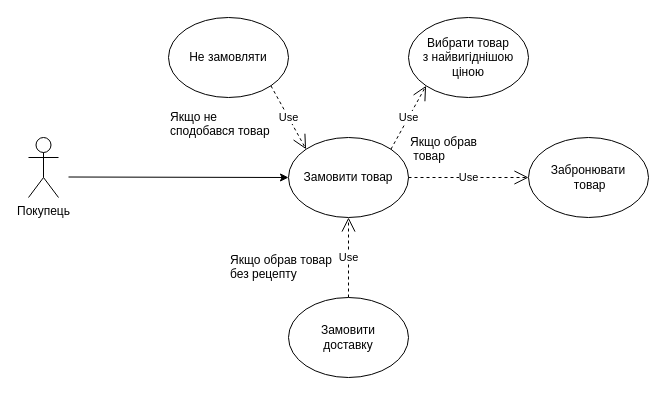
Earlier version of the draw.io diagram OOP GItHub/UML/Лаба 1.drawio (AleksAndriushyn/GitHubOOP). Source tidied: cells renumbered, new cells numbered last; positions are measured from the earlier drawing's top-left corner, leaving out a move shared by most shapes. Both pictures are drawn from the tidied source at 100%, with x=0, y=0 at pixel (28, 17).
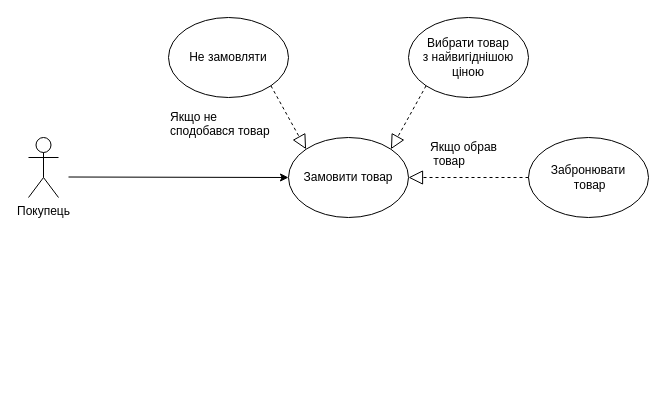
The same diagram, later.

The edit, as a diff of the source:
```diff
@@
 <mxGraphModel>
   <root>
     <mxCell id="0" />
     <mxCell id="1" parent="0" />
     <mxCell id="2" value="Покупець&lt;br&gt;" style="shape=umlActor;verticalLabelPosition=bottom;labelBackgroundColor=#ffffff;verticalAlign=top;html=1;" parent="1" vertex="1">
       <mxGeometry y="120" width="30" height="60" as="geometry" />
     </mxCell>
     <mxCell id="3" style="endArrow=classic;html=1;entryX=0;entryY=0.5;entryDx=0;entryDy=0;" parent="1" edge="1" target="4">
       <mxGeometry relative="1" as="geometry">
         <mxPoint x="40" y="159.5" as="sourcePoint" />
       </mxGeometry>
     </mxCell>
     <mxCell id="4" value="Замовити товар" style="ellipse;whiteSpace=wrap;html=1;" parent="1" vertex="1">
       <mxGeometry x="260" y="120" width="120" height="80" as="geometry" />
     </mxCell>
     <mxCell id="5" value="Вибрати товар&lt;br&gt;з найвигіднішою&lt;br&gt;ціною" style="ellipse;whiteSpace=wrap;html=1;" parent="1" vertex="1">
       <mxGeometry x="380" width="120" height="80" as="geometry" />
     </mxCell>
     <mxCell id="6" value="Не замовляти" style="ellipse;whiteSpace=wrap;html=1;" parent="1" vertex="1">
       <mxGeometry x="140" width="120" height="80" as="geometry" />
     </mxCell>
-    <mxCell id="7" value="Use" style="endArrow=open;endSize=12;dashed=1;html=1;entryX=0;entryY=1;entryDx=0;entryDy=0;exitX=1;exitY=0;exitDx=0;exitDy=0;" parent="1" edge="1" source="4" target="5">
-      <mxGeometry relative="1" as="geometry" />
-    </mxCell>
-    <mxCell id="8" value="Use" style="endArrow=open;endSize=12;dashed=1;html=1;entryX=0;entryY=0;entryDx=0;entryDy=0;exitX=1;exitY=1;exitDx=0;exitDy=0;" parent="1" edge="1" source="6" target="4">
-      <mxGeometry relative="1" as="geometry" />
-    </mxCell>
     <mxCell id="9" value="Забронювати&lt;br&gt;&amp;nbsp;товар" style="ellipse;whiteSpace=wrap;html=1;" parent="1" vertex="1">
       <mxGeometry x="500" y="120" width="120" height="80" as="geometry" />
     </mxCell>
-    <mxCell id="10" value="Use" style="endArrow=open;endSize=12;dashed=1;html=1;entryX=0;entryY=0.5;entryDx=0;entryDy=0;exitX=1;exitY=0.5;exitDx=0;exitDy=0;" parent="1" edge="1" source="4" target="9">
-      <mxGeometry relative="1" as="geometry" />
-    </mxCell>
-    <mxCell id="11" value="Use" style="endArrow=open;endSize=12;dashed=1;html=1;entryX=0.5;entryY=1;entryDx=0;entryDy=0;" parent="1" edge="1" target="4">
-      <mxGeometry relative="1" as="geometry">
-        <mxPoint x="320" y="280" as="sourcePoint" />
-      </mxGeometry>
-    </mxCell>
-    <mxCell id="12" value="Замовити&lt;br&gt;доставку" style="ellipse;whiteSpace=wrap;html=1;" parent="1" vertex="1">
-      <mxGeometry x="260" y="280" width="120" height="80" as="geometry" />
-    </mxCell>
     <mxCell id="13" value="Якщо не &lt;br&gt;сподобався товар" style="text;html=1;align=left;verticalAlign=top;spacingTop=-4;" parent="1" vertex="1">
       <mxGeometry x="140" y="90" width="120" height="30" as="geometry" />
     </mxCell>
     <mxCell id="14" value="Якщо обрав&lt;br&gt;&amp;nbsp;товар" style="text;html=1;align=left;verticalAlign=top;spacingTop=-4;" parent="1" vertex="1">
-      <mxGeometry x="380" y="115" width="80" height="30" as="geometry" />
+      <mxGeometry x="400" y="120" width="80" height="30" as="geometry" />
     </mxCell>
-    <mxCell id="15" value="Якщо обрав товар&lt;br&gt;без рецепту" style="text;html=1;align=left;verticalAlign=top;spacingTop=-4;" parent="1" vertex="1">
-      <mxGeometry x="200" y="233" width="120" height="30" as="geometry" />
-    </mxCell>
+    <mxCell id="16" style="endArrow=block;dashed=1;endFill=0;endSize=12;html=1;exitX=0;exitY=1;exitDx=0;exitDy=0;entryX=1;entryY=0;entryDx=0;entryDy=0;" parent="1" edge="1" source="5" target="4">
+      <mxGeometry relative="1" as="geometry" />
+    </mxCell>
+    <mxCell id="8" style="endArrow=block;dashed=1;endFill=0;endSize=12;html=1;exitX=1;exitY=1;exitDx=0;exitDy=0;entryX=0;entryY=0;entryDx=0;entryDy=0;" parent="1" edge="1" source="6" target="4">
+      <mxGeometry relative="1" as="geometry" />
+    </mxCell>
+    <mxCell id="17" style="endArrow=block;dashed=1;endFill=0;endSize=12;html=1;exitX=0;exitY=0.5;exitDx=0;exitDy=0;entryX=1;entryY=0.5;entryDx=0;entryDy=0;" parent="1" edge="1" source="9" target="4">
+      <mxGeometry relative="1" as="geometry" />
+    </mxCell>
   </root>
 </mxGraphModel>
```
